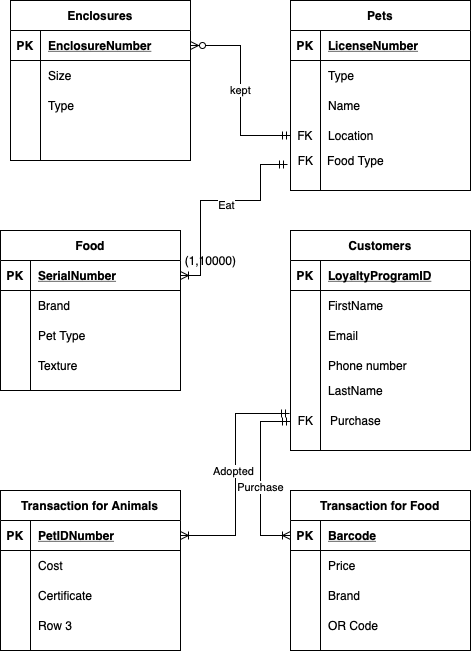
The draw.io diagram images/PetShop.png in lqr5252/Lab-1, before a commit. Source tidied: cells renumbered, new cells last; positions are measured from the earlier drawing's top-left corner, leaving out a move shared by most shapes.
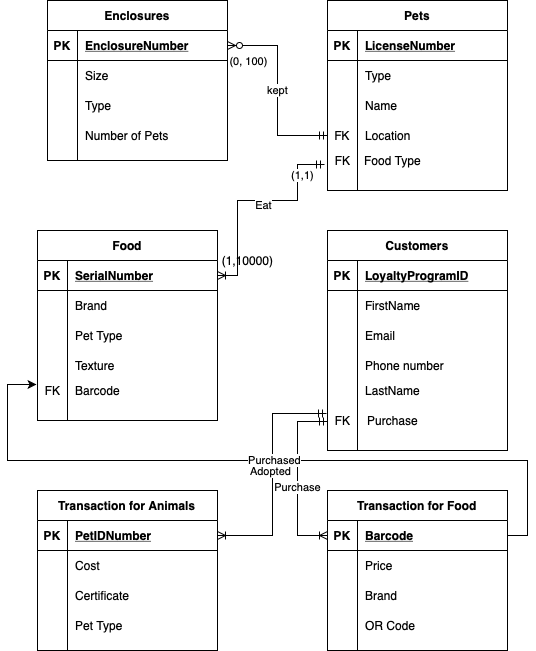
After the commit.

The edit, as a diff of the source:
```diff
@@ -38,7 +38,7 @@
     <mxCell id="13" style="shape=partialRectangle;fillColor=none;top=0;left=0;bottom=0;right=0;overflow=hidden;" parent="12" vertex="1">
       <mxGeometry width="30" height="30" as="geometry" />
     </mxCell>
-    <mxCell id="14" value="Row 3" style="shape=partialRectangle;fillColor=none;top=0;left=0;bottom=0;right=0;align=left;spacingLeft=6;overflow=hidden;" parent="12" vertex="1">
+    <mxCell id="14" value="Pet Type" style="shape=partialRectangle;fillColor=none;top=0;left=0;bottom=0;right=0;align=left;spacingLeft=6;overflow=hidden;" parent="12" vertex="1">
       <mxGeometry x="30" width="150" height="30" as="geometry" />
     </mxCell>
     <mxCell id="15" value="Transaction for Food" style="shape=table;startSize=30;rowLines=0;fontStyle=1;align=center;" parent="1" vertex="1">
@@ -155,14 +155,19 @@
     <mxCell id="52" style="shape=partialRectangle;fillColor=none;top=0;left=0;bottom=0;right=0;overflow=hidden;" parent="51" vertex="1">
       <mxGeometry width="30" height="30" as="geometry" />
     </mxCell>
-    <mxCell id="53" style="shape=partialRectangle;fillColor=none;top=0;left=0;bottom=0;right=0;align=left;spacingLeft=6;overflow=hidden;" parent="51" vertex="1">
+    <mxCell id="53" value="Number of Pets" style="shape=partialRectangle;fillColor=none;top=0;left=0;bottom=0;right=0;align=left;spacingLeft=6;overflow=hidden;" parent="51" vertex="1">
       <mxGeometry x="30" width="150" height="30" as="geometry" />
     </mxCell>
     <mxCell id="54" value="kept" style="edgeStyle=orthogonalEdgeStyle;rounded=0;jettySize=auto;html=1;exitX=1;exitY=0.5;exitDx=0;exitDy=0;entryX=0;entryY=0.5;entryDx=0;entryDy=0;startArrow=ERzeroToMany;startFill=1;endArrow=ERmandOne;endFill=0;" parent="1" edge="1" source="42" target="38">
       <mxGeometry relative="1" as="geometry" />
     </mxCell>
+    <mxCell id="93" value="(0, 100)" style="edgeLabel;html=1;align=center;verticalAlign=middle;" parent="54" vertex="1">
+      <mxGeometry x="-0.78" y="-4" relative="1" as="geometry">
+        <mxPoint x="-1" y="11" as="offset" />
+      </mxGeometry>
+    </mxCell>
     <mxCell id="55" value="Food" style="shape=table;startSize=30;rowLines=0;fontStyle=1;align=center;" parent="1" vertex="1">
-      <mxGeometry y="230" width="180" height="160" as="geometry" />
+      <mxGeometry y="230" width="180" height="190" as="geometry" />
     </mxCell>
     <mxCell id="56" style="shape=partialRectangle;fillColor=none;top=0;left=0;bottom=1;right=0;points=[[0,0.5],[1,0.5]];portConstraint=eastwest;" parent="55" vertex="1">
       <mxGeometry y="30" width="180" height="30" as="geometry" />
@@ -222,6 +227,9 @@
     <mxCell id="72" value="Eat" style="edgeLabel;html=1;align=center;verticalAlign=middle;" parent="71" vertex="1">
       <mxGeometry x="0.1" y="-4" relative="1" as="geometry" />
     </mxCell>
+    <mxCell id="94" value="(1,1)" style="edgeLabel;html=1;align=center;verticalAlign=middle;" parent="71" vertex="1">
+      <mxGeometry x="0.66" y="-4" relative="1" as="geometry" />
+    </mxCell>
     <mxCell id="73" value="(1,10000)" style="text;html=1;align=center;verticalAlign=middle;" parent="1" vertex="1">
       <mxGeometry x="175" y="250" width="70" height="20" as="geometry" />
     </mxCell>
@@ -289,5 +297,24 @@
         <mxPoint y="11" as="offset" />
       </mxGeometry>
     </mxCell>
+    <mxCell id="95" value="Barcode" style="text;html=1;align=center;verticalAlign=middle;" parent="1" vertex="1">
+      <mxGeometry x="30" y="380" width="60" height="20" as="geometry" />
+    </mxCell>
+    <mxCell id="96" value="FK" style="text;html=1;align=center;verticalAlign=middle;points=[];" parent="1" vertex="1">
+      <mxGeometry y="380" width="30" height="20" as="geometry" />
+    </mxCell>
+    <mxCell id="97" style="edgeStyle=orthogonalEdgeStyle;rounded=0;jettySize=auto;html=1;exitX=1;exitY=0.5;exitDx=0;exitDy=0;entryX=-0.033;entryY=0.2;entryDx=0;entryDy=0;entryPerimeter=0;" parent="1" edge="1" source="16" target="96">
+      <mxGeometry relative="1" as="geometry">
+        <Array as="points">
+          <mxPoint x="490" y="535" />
+          <mxPoint x="490" y="460" />
+          <mxPoint x="-30" y="460" />
+          <mxPoint x="-30" y="384" />
+        </Array>
+      </mxGeometry>
+    </mxCell>
+    <mxCell id="98" value="Purchased" style="edgeLabel;html=1;align=center;verticalAlign=middle;" parent="97" vertex="1">
+      <mxGeometry x="-0.03" y="-1" relative="1" as="geometry" />
+    </mxCell>
   </root>
 </mxGraphModel>
```
